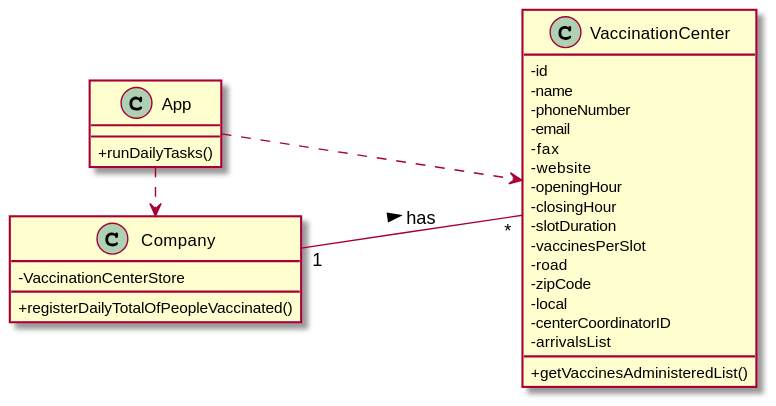
This is docs/SprintD/US006/US006_CD.svg from Pirussa/lei-22-s2-1da-g02, a PlantUML export, as it was before one commit.
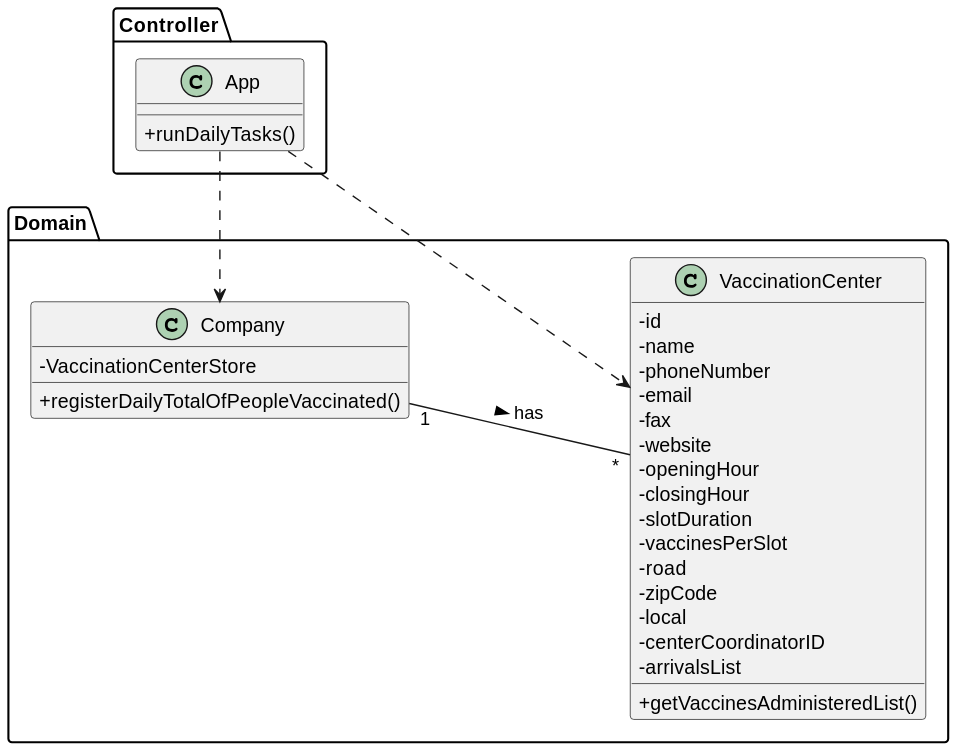
After the change.

The edit, as a diff of the source:
```diff
@@ -2,11 +2,12 @@
 
 skinparam classAttributeIconSize 0
 
-
+package Controller {
 class App{
 +runDailyTasks()
 }
-
+}
+package Domain {
 class VaccinationCenter{
 -id
 -name
@@ -31,7 +32,7 @@
 -VaccinationCenterStore
 +registerDailyTotalOfPeopleVaccinated()
 }
-
+}
 
 left to right direction
 
```
